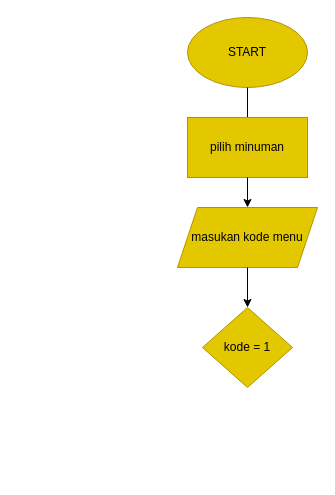
This is flowchart.drawio from Alditdit/Alditya_Dwinata-Order_minuman_online, a draw.io file, before an edit. Source tidied: cells renumbered, new cells numbered last; positions are measured from the earlier drawing's top-left corner, leaving out a move shared by most shapes. Both pictures are drawn from the tidied source at 100%, with x=0, y=0 at pixel (177, 17).
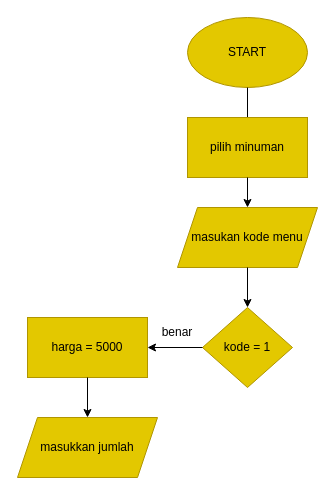
The same diagram, later.

Commit message:
pengkondisian jika jawaban benar

Change to the diagram source:
```diff
@@
 <mxGraphModel>
   <root>
     <mxCell id="0" />
     <mxCell id="1" parent="0" />
     <mxCell id="2" value="START" style="ellipse;whiteSpace=wrap;html=1;fillColor=#e3c800;strokeColor=#B09500;fontColor=#000000;" parent="1" vertex="1">
       <mxGeometry x="10" width="120" height="70" as="geometry" />
     </mxCell>
     <mxCell id="3" style="endArrow=classic;html=1;exitX=0.5;exitY=1;exitDx=0;exitDy=0;" parent="1" edge="1" source="2">
       <mxGeometry relative="1" as="geometry">
         <mxPoint x="70" y="120" as="targetPoint" />
       </mxGeometry>
     </mxCell>
     <mxCell id="4" value="pilih minuman" style="rounded=0;whiteSpace=wrap;html=1;fillColor=#e3c800;fontColor=#000000;strokeColor=#B09500;" parent="1" vertex="1">
       <mxGeometry x="10" y="100" width="120" height="60" as="geometry" />
     </mxCell>
     <mxCell id="5" style="endArrow=classic;html=1;exitX=0.5;exitY=1;exitDx=0;exitDy=0;" parent="1" edge="1" source="4">
       <mxGeometry relative="1" as="geometry">
         <mxPoint x="70" y="190" as="targetPoint" />
       </mxGeometry>
     </mxCell>
     <mxCell id="6" value="&lt;div&gt;&lt;span&gt;masukan kode menu&lt;/span&gt;&lt;/div&gt;" style="shape=parallelogram;perimeter=parallelogramPerimeter;whiteSpace=wrap;html=1;fixedSize=1;fillColor=#e3c800;fontColor=#000000;strokeColor=#B09500;align=center;" parent="1" vertex="1">
       <mxGeometry y="190" width="140" height="60" as="geometry" />
     </mxCell>
     <mxCell id="7" value="kode = 1" style="rhombus;whiteSpace=wrap;html=1;fillColor=#e3c800;fontColor=#000000;strokeColor=#B09500;" parent="1" vertex="1">
       <mxGeometry x="25" y="290" width="90" height="80" as="geometry" />
     </mxCell>
     <mxCell id="8" style="endArrow=classic;html=1;exitX=0.5;exitY=1;exitDx=0;exitDy=0;entryX=0.5;entryY=0;entryDx=0;entryDy=0;" parent="1" edge="1" source="6" target="7">
       <mxGeometry relative="1" as="geometry" />
     </mxCell>
+    <mxCell id="9" style="endArrow=classic;html=1;exitX=0;exitY=0.5;exitDx=0;exitDy=0;" parent="1" edge="1" source="7">
+      <mxGeometry relative="1" as="geometry">
+        <mxPoint x="-30" y="330" as="targetPoint" />
+      </mxGeometry>
+    </mxCell>
+    <mxCell id="10" value="harga = 5000" style="rounded=0;whiteSpace=wrap;html=1;fillColor=#e3c800;fontColor=#000000;strokeColor=#B09500;" parent="1" vertex="1">
+      <mxGeometry x="-150" y="300" width="120" height="60" as="geometry" />
+    </mxCell>
+    <mxCell id="11" value="masukkan jumlah" style="shape=parallelogram;perimeter=parallelogramPerimeter;whiteSpace=wrap;html=1;fixedSize=1;fillColor=#e3c800;fontColor=#000000;strokeColor=#B09500;align=center;" parent="1" vertex="1">
+      <mxGeometry x="-160" y="400" width="140" height="60" as="geometry" />
+    </mxCell>
+    <mxCell id="12" style="endArrow=classic;html=1;exitX=0.5;exitY=1;exitDx=0;exitDy=0;entryX=0.5;entryY=0;entryDx=0;entryDy=0;" parent="1" edge="1" source="10" target="11">
+      <mxGeometry relative="1" as="geometry" />
+    </mxCell>
+    <mxCell id="13" value="benar" style="text;html=1;strokeColor=none;fillColor=none;align=center;verticalAlign=middle;whiteSpace=wrap;rounded=0;" parent="1" vertex="1">
+      <mxGeometry x="-30" y="300" width="60" height="30" as="geometry" />
+    </mxCell>
   </root>
 </mxGraphModel>
```
